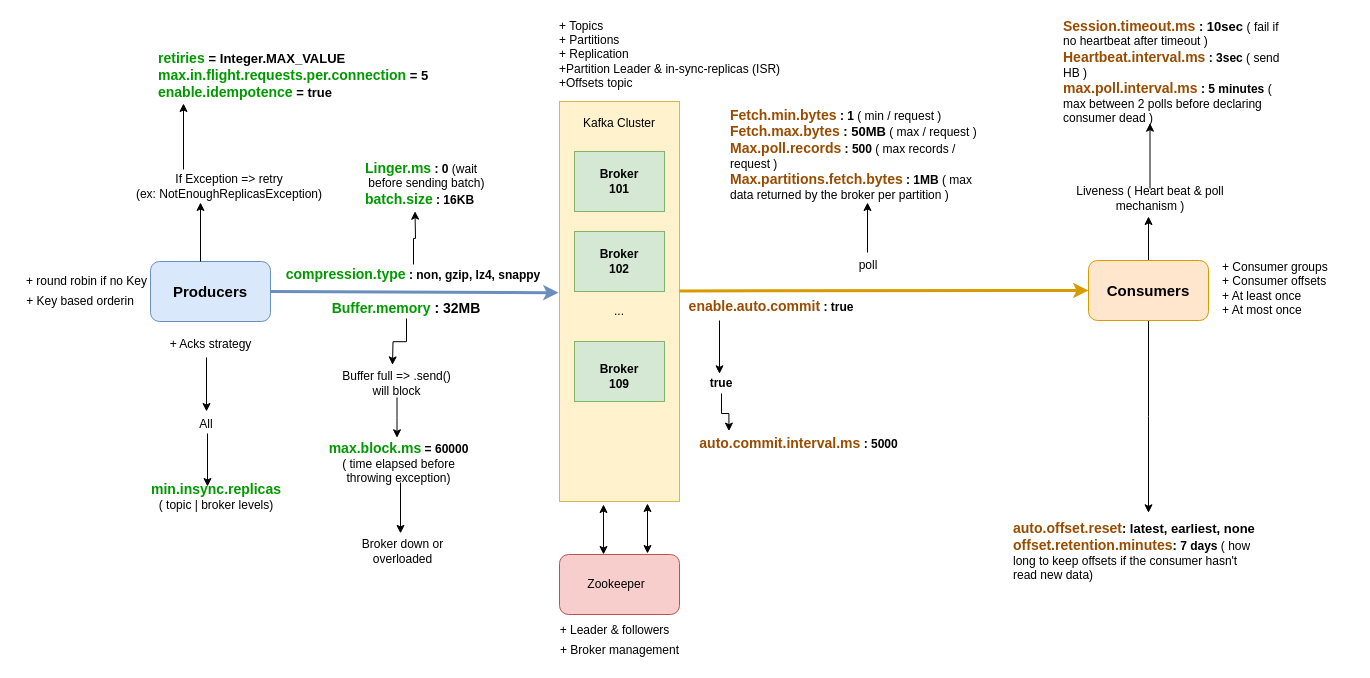
Earlier version of the draw.io diagram page "Page-1" (1 of 2) of kafka-core/Untitled Diagram.drawio (top-dr/kafka-diagrams). Source tidied: cells renumbered, new cells numbered last; positions are measured from the earlier drawing's top-left corner, leaving out a move shared by most shapes. Both pictures are drawn from the tidied source at 100%, with x=0, y=0 at pixel (17, 20).
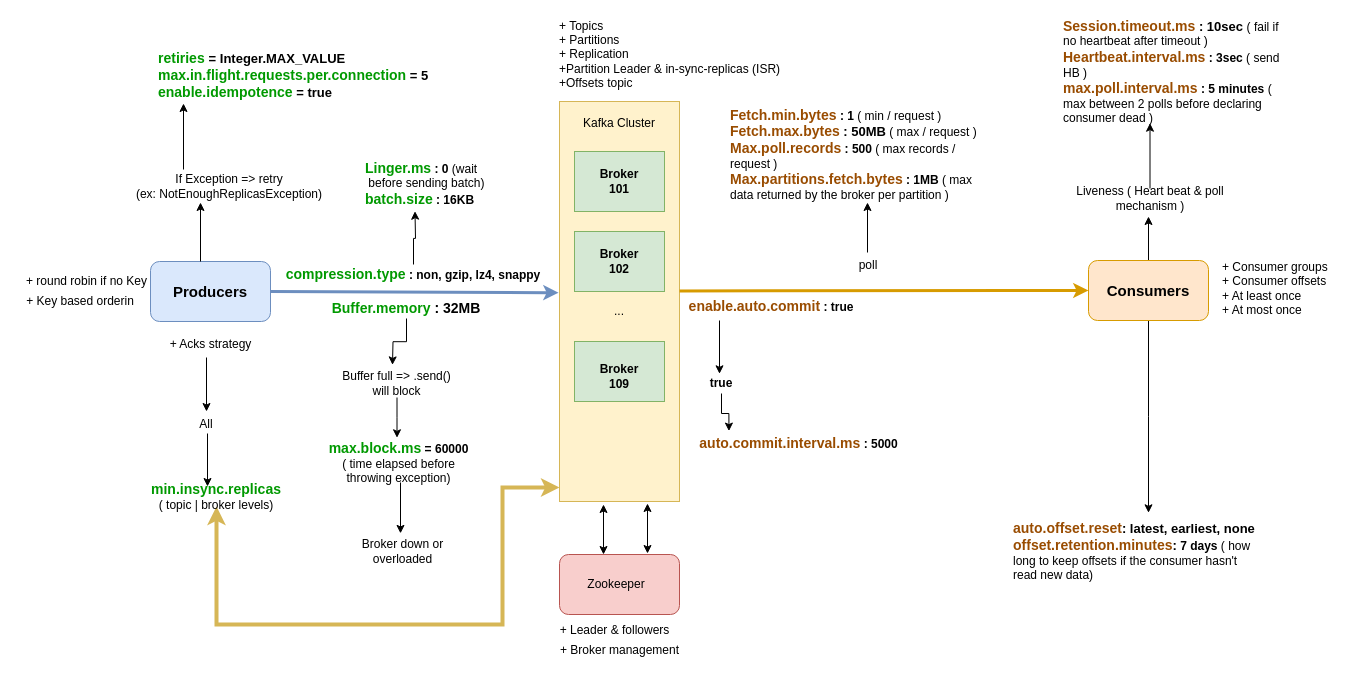
Above is the later version.

The change refers to these unchanged cells:
```xml
<mxCell id="2" style="rounded=0;whiteSpace=wrap;html=1;fillColor=#fff2cc;strokeColor=#d6b656;" parent="1" vertex="1">
  <mxGeometry x="542" y="81" width="120" height="400" as="geometry" />
</mxCell>
<mxCell id="25" value="&lt;font color=&quot;#009900&quot; style=&quot;font-size: 14px&quot;&gt;&lt;b&gt;min.insync.replicas&lt;/b&gt;&lt;br&gt;&lt;/font&gt;( topic | broker levels)" style="text;html=1;strokeColor=none;fillColor=none;align=center;verticalAlign=middle;whiteSpace=wrap;rounded=0;" parent="1" vertex="1">
  <mxGeometry x="123" y="466" width="152" height="20" as="geometry" />
</mxCell>
```

Change to the diagram source:
```diff
@@
+    <mxCell id="60" style="edgeStyle=orthogonalEdgeStyle;rounded=0;jettySize=auto;html=1;fillColor=#fff2cc;strokeColor=#d6b656;strokeWidth=4;startArrow=classic;startFill=1;" parent="1" edge="1" source="2" target="25">
+      <mxGeometry relative="1" as="geometry">
+        <Array as="points">
+          <mxPoint x="485" y="467" />
+          <mxPoint x="485" y="604" />
+          <mxPoint x="199" y="604" />
+        </Array>
+      </mxGeometry>
+    </mxCell>
```
